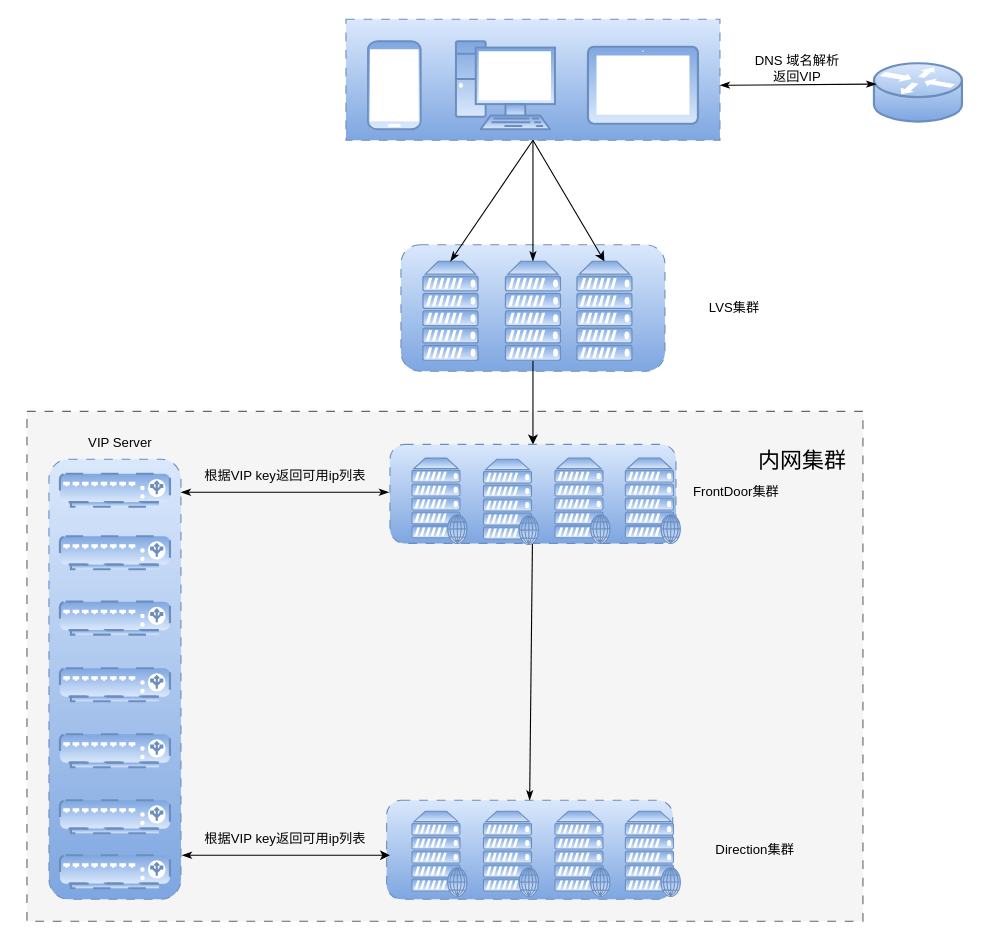
The draw.io diagram 未命名 (1).drawio in li782678345/tommy.github.io, before the edit. Source tidied: cells renumbered, new cells numbered last; positions are measured from the earlier drawing's top-left corner, leaving out a move shared by most shapes. Both pictures are drawn from the tidied source at 110%, with x=0, y=0 at pixel (26, 19).
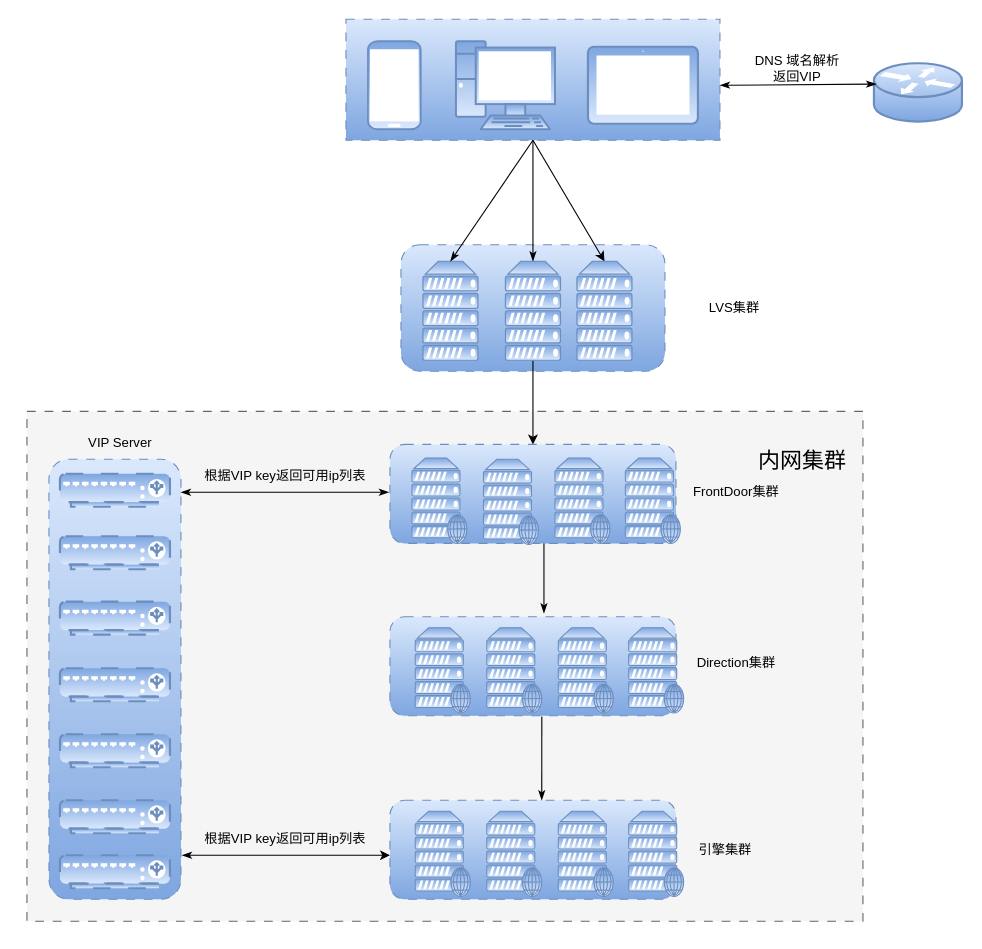
The same page after the edit.

The change refers to these unchanged cells:
```xml
<mxCell id="2" style="group;" parent="1" vertex="1">
  <mxGeometry width="850" height="820" as="geometry" />
</mxCell>
<mxCell id="26" style="rounded=1;whiteSpace=wrap;html=1;dashed=1;dashPattern=8 8;fillColor=#dae8fc;strokeColor=#6c8ebf;gradientColor=#7ea6e0;" parent="2" vertex="1">
  <mxGeometry x="330" y="386.5" width="260" height="90" as="geometry" />
</mxCell>
```

The edit, as a diff of the source:
```diff
@@
-    <mxCell id="4" style="rounded=1;whiteSpace=wrap;html=1;dashed=1;dashPattern=8 8;fillColor=#dae8fc;gradientColor=#7ea6e0;strokeColor=#6c8ebf;" parent="2" vertex="1">
-      <mxGeometry x="327" y="710" width="260" height="90" as="geometry" />
-    </mxCell>
@@
-    <mxCell id="25" style="edgeStyle=none;rounded=0;jettySize=auto;html=1;entryX=0.5;entryY=0;entryDx=0;entryDy=0;startArrow=none;startFill=0;endArrow=classicThin;endFill=1;" parent="2" edge="1" source="26" target="4">
-      <mxGeometry relative="1" as="geometry" />
+    <mxCell id="25" style="edgeStyle=none;rounded=0;orthogonalLoop=1;jettySize=auto;html=1;startArrow=none;startFill=0;endArrow=classicThin;endFill=1;" parent="2" edge="1">
+      <mxGeometry relative="1" as="geometry">
+        <mxPoint x="470" y="470" as="sourcePoint" />
+        <mxPoint x="470" y="540" as="targetPoint" />
+      </mxGeometry>
     </mxCell>
@@
-    <mxCell id="33" style="verticalAlign=top;verticalLabelPosition=bottom;labelPosition=center;align=center;html=1;fillColor=#dae8fc;strokeColor=#6c8ebf;gradientColor=#7ea6e0;gradientDirection=north;strokeWidth=2;shape=mxgraph.networks.web_server;" parent="2" vertex="1">
-      <mxGeometry x="350" y="720" width="50" height="77.5" as="geometry" />
-    </mxCell>
-    <mxCell id="34" style="verticalAlign=top;verticalLabelPosition=bottom;labelPosition=center;align=center;html=1;fillColor=#dae8fc;strokeColor=#6c8ebf;gradientColor=#7ea6e0;gradientDirection=north;strokeWidth=2;shape=mxgraph.networks.web_server;" parent="2" vertex="1">
-      <mxGeometry x="415" y="720" width="50" height="77.5" as="geometry" />
-    </mxCell>
-    <mxCell id="35" style="verticalAlign=top;verticalLabelPosition=bottom;labelPosition=center;align=center;html=1;fillColor=#dae8fc;strokeColor=#6c8ebf;gradientColor=#7ea6e0;gradientDirection=north;strokeWidth=2;shape=mxgraph.networks.web_server;" parent="2" vertex="1">
-      <mxGeometry x="480" y="720" width="50" height="77.5" as="geometry" />
-    </mxCell>
-    <mxCell id="36" style="verticalAlign=top;verticalLabelPosition=bottom;labelPosition=center;align=center;html=1;fillColor=#dae8fc;strokeColor=#6c8ebf;gradientColor=#7ea6e0;gradientDirection=north;strokeWidth=2;shape=mxgraph.networks.web_server;" parent="2" vertex="1">
-      <mxGeometry x="544" y="720" width="50" height="77.5" as="geometry" />
-    </mxCell>
@@
-    <mxCell id="40" value="Direction集群" style="text;html=1;strokeColor=none;fillColor=none;align=center;verticalAlign=middle;whiteSpace=wrap;rounded=0;" parent="2" vertex="1">
-      <mxGeometry x="597" y="740" width="130" height="30" as="geometry" />
+    <mxCell id="40" value="引擎集群" style="text;html=1;strokeColor=none;fillColor=none;align=center;verticalAlign=middle;whiteSpace=wrap;rounded=0;" parent="2" vertex="1">
+      <mxGeometry x="570" y="740" width="130" height="30" as="geometry" />
     </mxCell>
@@
+    <mxCell id="51" style="group;" parent="2" vertex="1">
+      <mxGeometry x="330" y="543.2" width="267" height="90" as="geometry" />
+    </mxCell>
+    <mxCell id="52" style="rounded=1;whiteSpace=wrap;html=1;dashed=1;dashPattern=8 8;fillColor=#dae8fc;gradientColor=#7ea6e0;strokeColor=#6c8ebf;" parent="51" vertex="1">
+      <mxGeometry width="260" height="90" as="geometry" />
+    </mxCell>
+    <mxCell id="53" style="verticalAlign=top;verticalLabelPosition=bottom;labelPosition=center;align=center;html=1;fillColor=#dae8fc;strokeColor=#6c8ebf;gradientColor=#7ea6e0;gradientDirection=north;strokeWidth=2;shape=mxgraph.networks.web_server;" parent="51" vertex="1">
+      <mxGeometry x="23" y="10" width="50" height="77.5" as="geometry" />
+    </mxCell>
+    <mxCell id="54" style="verticalAlign=top;verticalLabelPosition=bottom;labelPosition=center;align=center;html=1;fillColor=#dae8fc;strokeColor=#6c8ebf;gradientColor=#7ea6e0;gradientDirection=north;strokeWidth=2;shape=mxgraph.networks.web_server;" parent="51" vertex="1">
+      <mxGeometry x="88" y="10" width="50" height="77.5" as="geometry" />
+    </mxCell>
+    <mxCell id="55" style="verticalAlign=top;verticalLabelPosition=bottom;labelPosition=center;align=center;html=1;fillColor=#dae8fc;strokeColor=#6c8ebf;gradientColor=#7ea6e0;gradientDirection=north;strokeWidth=2;shape=mxgraph.networks.web_server;" parent="51" vertex="1">
+      <mxGeometry x="153" y="10" width="50" height="77.5" as="geometry" />
+    </mxCell>
+    <mxCell id="56" style="verticalAlign=top;verticalLabelPosition=bottom;labelPosition=center;align=center;html=1;fillColor=#dae8fc;strokeColor=#6c8ebf;gradientColor=#7ea6e0;gradientDirection=north;strokeWidth=2;shape=mxgraph.networks.web_server;" parent="51" vertex="1">
+      <mxGeometry x="217" y="10" width="50" height="77.5" as="geometry" />
+    </mxCell>
+    <mxCell id="57" style="group;" parent="2" vertex="1">
+      <mxGeometry x="330" y="710" width="267" height="90" as="geometry" />
+    </mxCell>
+    <mxCell id="4" style="rounded=1;whiteSpace=wrap;html=1;dashed=1;dashPattern=8 8;fillColor=#dae8fc;gradientColor=#7ea6e0;strokeColor=#6c8ebf;" parent="57" vertex="1">
+      <mxGeometry width="260" height="90" as="geometry" />
+    </mxCell>
+    <mxCell id="33" style="verticalAlign=top;verticalLabelPosition=bottom;labelPosition=center;align=center;html=1;fillColor=#dae8fc;strokeColor=#6c8ebf;gradientColor=#7ea6e0;gradientDirection=north;strokeWidth=2;shape=mxgraph.networks.web_server;" parent="57" vertex="1">
+      <mxGeometry x="23" y="10" width="50" height="77.5" as="geometry" />
+    </mxCell>
+    <mxCell id="34" style="verticalAlign=top;verticalLabelPosition=bottom;labelPosition=center;align=center;html=1;fillColor=#dae8fc;strokeColor=#6c8ebf;gradientColor=#7ea6e0;gradientDirection=north;strokeWidth=2;shape=mxgraph.networks.web_server;" parent="57" vertex="1">
+      <mxGeometry x="88" y="10" width="50" height="77.5" as="geometry" />
+    </mxCell>
+    <mxCell id="35" style="verticalAlign=top;verticalLabelPosition=bottom;labelPosition=center;align=center;html=1;fillColor=#dae8fc;strokeColor=#6c8ebf;gradientColor=#7ea6e0;gradientDirection=north;strokeWidth=2;shape=mxgraph.networks.web_server;" parent="57" vertex="1">
+      <mxGeometry x="153" y="10" width="50" height="77.5" as="geometry" />
+    </mxCell>
+    <mxCell id="36" style="verticalAlign=top;verticalLabelPosition=bottom;labelPosition=center;align=center;html=1;fillColor=#dae8fc;strokeColor=#6c8ebf;gradientColor=#7ea6e0;gradientDirection=north;strokeWidth=2;shape=mxgraph.networks.web_server;" parent="57" vertex="1">
+      <mxGeometry x="217" y="10" width="50" height="77.5" as="geometry" />
+    </mxCell>
+    <mxCell id="58" style="edgeStyle=none;rounded=0;jettySize=auto;html=1;startArrow=none;startFill=0;endArrow=classicThin;endFill=1;exitX=0.531;exitY=1.008;exitDx=0;exitDy=0;exitPerimeter=0;" parent="2" edge="1" source="52">
+      <mxGeometry relative="1" as="geometry">
+        <mxPoint x="468" y="710" as="targetPoint" />
+      </mxGeometry>
+    </mxCell>
+    <mxCell id="59" value="Direction集群" style="text;html=1;strokeColor=none;fillColor=none;align=center;verticalAlign=middle;whiteSpace=wrap;rounded=0;" parent="2" vertex="1">
+      <mxGeometry x="580" y="570" width="130" height="30" as="geometry" />
+    </mxCell>
```
